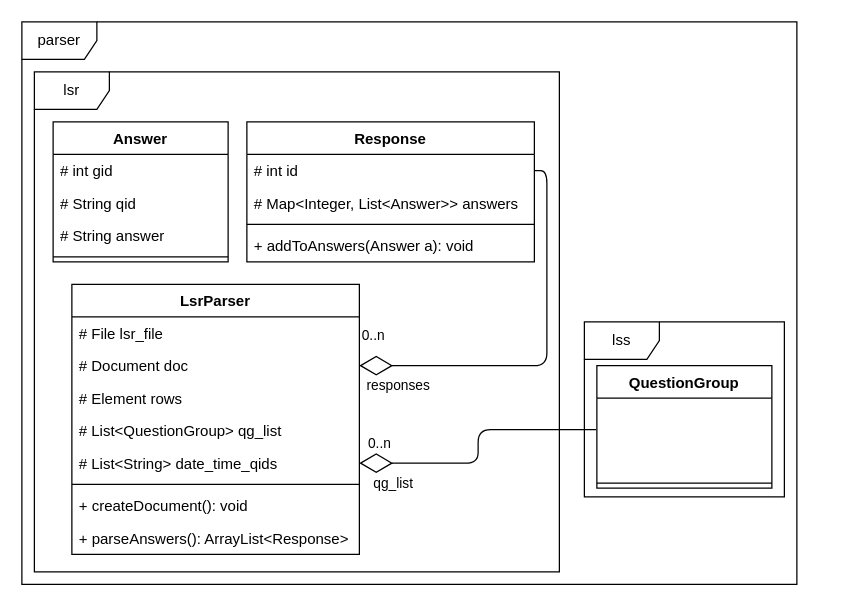
Above: img/drawio/cls_lsr.drawio in Delzye/bachelors_thesis_anton_mende (draw.io), before the change. Source tidied: cells renumbered, new cells numbered last; positions are measured from the earlier drawing's top-left corner, leaving out a move shared by most shapes. Both pictures are drawn from the tidied source at 125%, with x=0, y=0 at pixel (21, 21).
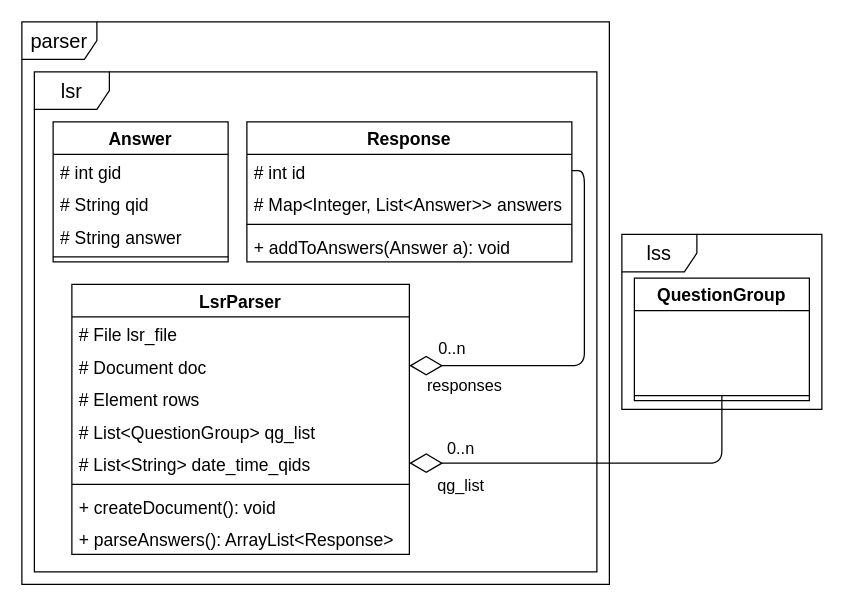
The same page after the edit.

The change refers to these unchanged cells:
```xml
<mxCell id="24" style="endArrow=diamondThin;endFill=0;endSize=24;html=1;entryX=1;entryY=0.5;entryDx=0;entryDy=0;exitX=1;exitY=0.5;exitDx=0;exitDy=0;edgeStyle=orthogonalEdgeStyle;" parent="1" edge="1" source="11" target="17">
  <mxGeometry relative="1" as="geometry" />
</mxCell>
<mxCell id="28" style="text;strokeColor=none;fillColor=none;align=left;verticalAlign=middle;spacingTop=-1;spacingLeft=4;spacingRight=4;labelPosition=right;points=[];portConstraint=eastwest;" parent="27" vertex="1">
  <mxGeometry y="26" width="140" height="64" as="geometry" />
</mxCell>
<mxCell id="29" style="line;strokeWidth=1;fillColor=none;align=left;verticalAlign=middle;spacingTop=-1;spacingLeft=3;spacingRight=3;labelPosition=right;points=[];portConstraint=eastwest;" parent="27" vertex="1">
  <mxGeometry y="90" width="140" height="8" as="geometry" />
</mxCell>
```

Diff of the diagram source:
```diff
@@
-    <mxCell id="2" value="parser" style="shape=umlFrame;whiteSpace=wrap;html=1;" parent="1" vertex="1">
-      <mxGeometry width="620" height="450" as="geometry" />
+    <mxCell id="2" value="&lt;font style=&quot;font-size: 16px&quot;&gt;parser&lt;/font&gt;" style="shape=umlFrame;whiteSpace=wrap;html=1;" parent="1" vertex="1">
+      <mxGeometry width="470" height="450" as="geometry" />
     </mxCell>
-    <mxCell id="3" value="lsr" style="shape=umlFrame;whiteSpace=wrap;html=1;" parent="1" vertex="1">
-      <mxGeometry x="10" y="40" width="420" height="400" as="geometry" />
+    <mxCell id="3" value="&lt;font style=&quot;font-size: 16px&quot;&gt;lsr&lt;/font&gt;" style="shape=umlFrame;whiteSpace=wrap;html=1;" parent="1" vertex="1">
+      <mxGeometry x="10" y="40" width="450" height="400" as="geometry" />
     </mxCell>
-    <mxCell id="4" value="lss" style="shape=umlFrame;whiteSpace=wrap;html=1;" parent="1" vertex="1">
-      <mxGeometry x="450" y="240" width="160" height="140" as="geometry" />
+    <mxCell id="4" value="&lt;font style=&quot;font-size: 16px&quot;&gt;lss&lt;/font&gt;" style="shape=umlFrame;whiteSpace=wrap;html=1;" parent="1" vertex="1">
+      <mxGeometry x="480" y="170" width="160" height="140" as="geometry" />
     </mxCell>
-    <mxCell id="5" value="Answer" style="swimlane;fontStyle=1;horizontal=1;startSize=26;fillColor=none;" parent="1" vertex="1">
+    <mxCell id="5" value="Answer" style="swimlane;fontStyle=1;horizontal=1;startSize=26;fillColor=none;fontSize=14;" parent="1" vertex="1">
       <mxGeometry x="25" y="80" width="140" height="112" as="geometry" />
     </mxCell>
-    <mxCell id="6" value="# int gid" style="text;strokeColor=none;fillColor=none;align=left;verticalAlign=top;spacingLeft=4;spacingRight=4;overflow=hidden;" parent="5" vertex="1">
+    <mxCell id="6" value="# int gid" style="text;strokeColor=none;fillColor=none;align=left;verticalAlign=top;spacingLeft=4;spacingRight=4;overflow=hidden;fontSize=14;" parent="5" vertex="1">
       <mxGeometry y="26" width="140" height="26" as="geometry" />
     </mxCell>
-    <mxCell id="7" value="# String qid" style="text;strokeColor=none;fillColor=none;align=left;verticalAlign=top;spacingLeft=4;spacingRight=4;overflow=hidden;" parent="5" vertex="1">
+    <mxCell id="7" value="# String qid" style="text;strokeColor=none;fillColor=none;align=left;verticalAlign=top;spacingLeft=4;spacingRight=4;overflow=hidden;fontSize=14;" parent="5" vertex="1">
       <mxGeometry y="52" width="140" height="26" as="geometry" />
     </mxCell>
-    <mxCell id="8" value="# String answer" style="text;strokeColor=none;fillColor=none;align=left;verticalAlign=top;spacingLeft=4;spacingRight=4;overflow=hidden;" parent="5" vertex="1">
+    <mxCell id="8" value="# String answer" style="text;strokeColor=none;fillColor=none;align=left;verticalAlign=top;spacingLeft=4;spacingRight=4;overflow=hidden;fontSize=14;" parent="5" vertex="1">
       <mxGeometry y="78" width="140" height="26" as="geometry" />
     </mxCell>
@@
-    <mxCell id="10" value="Response" style="swimlane;fontStyle=1;horizontal=1;startSize=26;fillColor=none;" parent="1" vertex="1">
-      <mxGeometry x="180" y="80" width="230" height="112" as="geometry" />
+    <mxCell id="10" value="Response" style="swimlane;fontStyle=1;horizontal=1;startSize=26;fillColor=none;fontSize=14;" parent="1" vertex="1">
+      <mxGeometry x="180" y="80" width="260" height="112" as="geometry" />
     </mxCell>
-    <mxCell id="11" value="# int id" style="text;strokeColor=none;fillColor=none;align=left;verticalAlign=top;spacingLeft=4;spacingRight=4;overflow=hidden;points=[[0,0.5],[1,0.5]];portConstraint=eastwest;" parent="10" vertex="1">
-      <mxGeometry y="26" width="230" height="26" as="geometry" />
+    <mxCell id="11" value="# int id" style="text;strokeColor=none;fillColor=none;align=left;verticalAlign=top;spacingLeft=4;spacingRight=4;overflow=hidden;points=[[0,0.5],[1,0.5]];portConstraint=eastwest;fontSize=14;" parent="10" vertex="1">
+      <mxGeometry y="26" width="260" height="26" as="geometry" />
     </mxCell>
-    <mxCell id="12" value="# Map&lt;Integer, List&lt;Answer&gt;&gt; answers" style="text;strokeColor=none;fillColor=none;align=left;verticalAlign=top;spacingLeft=4;spacingRight=4;overflow=hidden;" parent="10" vertex="1">
-      <mxGeometry y="52" width="230" height="26" as="geometry" />
+    <mxCell id="12" value="# Map&lt;Integer, List&lt;Answer&gt;&gt; answers" style="text;strokeColor=none;fillColor=none;align=left;verticalAlign=top;spacingLeft=4;spacingRight=4;overflow=hidden;fontSize=14;" parent="10" vertex="1">
+      <mxGeometry y="52" width="260" height="26" as="geometry" />
     </mxCell>
     <mxCell id="13" style="line;strokeWidth=1;fillColor=none;align=left;verticalAlign=middle;spacingTop=-1;spacingLeft=3;spacingRight=3;labelPosition=right;" parent="10" vertex="1">
-      <mxGeometry y="78" width="230" height="8" as="geometry" />
+      <mxGeometry y="78" width="260" height="8" as="geometry" />
     </mxCell>
-    <mxCell id="14" value="+ addToAnswers(Answer a): void" style="text;strokeColor=none;fillColor=none;align=left;verticalAlign=top;spacingLeft=4;spacingRight=4;overflow=hidden;" parent="10" vertex="1">
-      <mxGeometry y="86" width="230" height="26" as="geometry" />
+    <mxCell id="14" value="+ addToAnswers(Answer a): void" style="text;strokeColor=none;fillColor=none;align=left;verticalAlign=top;spacingLeft=4;spacingRight=4;overflow=hidden;fontSize=14;" parent="10" vertex="1">
+      <mxGeometry y="86" width="260" height="26" as="geometry" />
     </mxCell>
-    <mxCell id="15" value="LsrParser" style="swimlane;fontStyle=1;horizontal=1;startSize=26;fillColor=none;" parent="1" vertex="1">
-      <mxGeometry x="40" y="210" width="230" height="216" as="geometry" />
+    <mxCell id="15" value="LsrParser" style="swimlane;fontStyle=1;horizontal=1;startSize=26;fillColor=none;fontSize=14;" parent="1" vertex="1">
+      <mxGeometry x="40" y="210" width="270" height="216" as="geometry" />
     </mxCell>
-    <mxCell id="16" value="# File lsr_file" style="text;strokeColor=none;fillColor=none;align=left;verticalAlign=top;spacingLeft=4;spacingRight=4;overflow=hidden;" parent="15" vertex="1">
-      <mxGeometry y="26" width="230" height="26" as="geometry" />
+    <mxCell id="16" value="# File lsr_file" style="text;strokeColor=none;fillColor=none;align=left;verticalAlign=top;spacingLeft=4;spacingRight=4;overflow=hidden;fontSize=14;" parent="15" vertex="1">
+      <mxGeometry y="26" width="270" height="26" as="geometry" />
     </mxCell>
-    <mxCell id="17" value="# Document doc" style="text;strokeColor=none;fillColor=none;align=left;verticalAlign=top;spacingLeft=4;spacingRight=4;overflow=hidden;points=[[0,0.5],[1,0.5]];portConstraint=eastwest;" parent="15" vertex="1">
-      <mxGeometry y="52" width="230" height="26" as="geometry" />
+    <mxCell id="17" value="# Document doc" style="text;strokeColor=none;fillColor=none;align=left;verticalAlign=top;spacingLeft=4;spacingRight=4;overflow=hidden;points=[[0,0.5],[1,0.5]];portConstraint=eastwest;fontSize=14;" parent="15" vertex="1">
+      <mxGeometry y="52" width="270" height="26" as="geometry" />
     </mxCell>
-    <mxCell id="18" value="# Element rows" style="text;strokeColor=none;fillColor=none;align=left;verticalAlign=top;spacingLeft=4;spacingRight=4;overflow=hidden;" parent="15" vertex="1">
-      <mxGeometry y="78" width="230" height="26" as="geometry" />
+    <mxCell id="18" value="# Element rows" style="text;strokeColor=none;fillColor=none;align=left;verticalAlign=top;spacingLeft=4;spacingRight=4;overflow=hidden;fontSize=14;" parent="15" vertex="1">
+      <mxGeometry y="78" width="270" height="26" as="geometry" />
     </mxCell>
-    <mxCell id="19" value="# List&lt;QuestionGroup&gt; qg_list" style="text;strokeColor=none;fillColor=none;align=left;verticalAlign=top;spacingLeft=4;spacingRight=4;overflow=hidden;" parent="15" vertex="1">
-      <mxGeometry y="104" width="230" height="26" as="geometry" />
+    <mxCell id="19" value="# List&lt;QuestionGroup&gt; qg_list" style="text;strokeColor=none;fillColor=none;align=left;verticalAlign=top;spacingLeft=4;spacingRight=4;overflow=hidden;fontSize=14;" parent="15" vertex="1">
+      <mxGeometry y="104" width="270" height="26" as="geometry" />
     </mxCell>
-    <mxCell id="20" value="# List&lt;String&gt; date_time_qids" style="text;strokeColor=none;fillColor=none;align=left;verticalAlign=top;spacingLeft=4;spacingRight=4;overflow=hidden;points=[[0,0.5],[1,0.5]];portConstraint=eastwest;" parent="15" vertex="1">
-      <mxGeometry y="130" width="230" height="26" as="geometry" />
+    <mxCell id="20" value="# List&lt;String&gt; date_time_qids" style="text;strokeColor=none;fillColor=none;align=left;verticalAlign=top;spacingLeft=4;spacingRight=4;overflow=hidden;points=[[0,0.5],[1,0.5]];portConstraint=eastwest;fontSize=14;" parent="15" vertex="1">
+      <mxGeometry y="130" width="270" height="26" as="geometry" />
     </mxCell>
     <mxCell id="21" style="line;strokeWidth=1;fillColor=none;align=left;verticalAlign=middle;spacingTop=-1;spacingLeft=3;spacingRight=3;labelPosition=right;" parent="15" vertex="1">
-      <mxGeometry y="156" width="230" height="8" as="geometry" />
+      <mxGeometry y="156" width="270" height="8" as="geometry" />
     </mxCell>
-    <mxCell id="22" value="+ createDocument(): void" style="text;strokeColor=none;fillColor=none;align=left;verticalAlign=top;spacingLeft=4;spacingRight=4;overflow=hidden;" parent="15" vertex="1">
-      <mxGeometry y="164" width="230" height="26" as="geometry" />
+    <mxCell id="22" value="+ createDocument(): void" style="text;strokeColor=none;fillColor=none;align=left;verticalAlign=top;spacingLeft=4;spacingRight=4;overflow=hidden;fontSize=14;" parent="15" vertex="1">
+      <mxGeometry y="164" width="270" height="26" as="geometry" />
     </mxCell>
-    <mxCell id="23" value="+ parseAnswers(): ArrayList&lt;Response&gt;" style="text;strokeColor=none;fillColor=none;align=left;verticalAlign=top;spacingLeft=4;spacingRight=4;overflow=hidden;" parent="15" vertex="1">
-      <mxGeometry y="190" width="230" height="26" as="geometry" />
+    <mxCell id="23" value="+ parseAnswers(): ArrayList&lt;Response&gt;" style="text;strokeColor=none;fillColor=none;align=left;verticalAlign=top;spacingLeft=4;spacingRight=4;overflow=hidden;fontSize=14;" parent="15" vertex="1">
+      <mxGeometry y="190" width="270" height="26" as="geometry" />
     </mxCell>
@@
-    <mxCell id="25" value="responses" style="edgeLabel;html=1;align=center;verticalAlign=middle;" parent="24" vertex="1">
+    <mxCell id="25" value="responses" style="edgeLabel;html=1;align=center;verticalAlign=middle;fontSize=13;" parent="24" vertex="1">
       <mxGeometry x="0.53" y="2" relative="1" as="geometry">
-        <mxPoint x="-44" y="13" as="offset" />
+        <mxPoint x="-29" y="13" as="offset" />
       </mxGeometry>
     </mxCell>
-    <mxCell id="26" value="0..n" style="edgeLabel;html=1;align=center;verticalAlign=middle;" parent="24" vertex="1">
+    <mxCell id="26" value="0..n" style="edgeLabel;html=1;align=center;verticalAlign=middle;fontSize=13;" parent="24" vertex="1">
       <mxGeometry x="0.58" y="5" relative="1" as="geometry">
-        <mxPoint x="-56" y="-30" as="offset" />
+        <mxPoint x="-31" y="-20" as="offset" />
       </mxGeometry>
     </mxCell>
-    <mxCell id="27" value="QuestionGroup" style="swimlane;fontStyle=1;horizontal=1;startSize=26;fillColor=none;" parent="1" vertex="1">
-      <mxGeometry x="460" y="275" width="140" height="98" as="geometry" />
+    <mxCell id="27" value="QuestionGroup" style="swimlane;fontStyle=1;horizontal=1;startSize=26;fillColor=none;fontSize=14;" parent="1" vertex="1">
+      <mxGeometry x="490" y="205" width="140" height="98" as="geometry" />
     </mxCell>
@@
-    <mxCell id="30" style="endArrow=diamondThin;endFill=0;endSize=24;html=1;entryX=1;entryY=0.5;entryDx=0;entryDy=0;edgeStyle=orthogonalEdgeStyle;exitX=-0.004;exitY=0.394;exitDx=0;exitDy=0;exitPerimeter=0;" parent="1" edge="1" source="28" target="20">
-      <mxGeometry relative="1" as="geometry" />
+    <mxCell id="30" style="endArrow=diamondThin;endFill=0;endSize=24;html=1;entryX=1;entryY=0.5;entryDx=0;entryDy=0;edgeStyle=orthogonalEdgeStyle;exitX=0.5;exitY=0.5;exitDx=0;exitDy=0;exitPerimeter=0;" parent="1" edge="1" source="29" target="20">
+      <mxGeometry relative="1" as="geometry">
+        <Array as="points">
+          <mxPoint x="560" y="353" />
+        </Array>
+      </mxGeometry>
     </mxCell>
-    <mxCell id="31" value="qg_list" style="edgeLabel;html=1;align=center;verticalAlign=middle;" parent="30" vertex="1">
+    <mxCell id="31" value="qg_list" style="edgeLabel;html=1;align=center;verticalAlign=middle;fontSize=13;" parent="30" vertex="1">
       <mxGeometry x="0.53" y="2" relative="1" as="geometry">
-        <mxPoint x="-25" y="13" as="offset" />
+        <mxPoint x="-31" y="15" as="offset" />
       </mxGeometry>
     </mxCell>
-    <mxCell id="32" value="0..n" style="edgeLabel;html=1;align=center;verticalAlign=middle;" parent="30" vertex="1">
+    <mxCell id="32" value="0..n" style="edgeLabel;html=1;align=center;verticalAlign=middle;fontSize=13;" parent="30" vertex="1">
       <mxGeometry x="0.58" y="5" relative="1" as="geometry">
-        <mxPoint x="-30" y="-22" as="offset" />
+        <mxPoint x="-24" y="-18" as="offset" />
       </mxGeometry>
     </mxCell>
```
